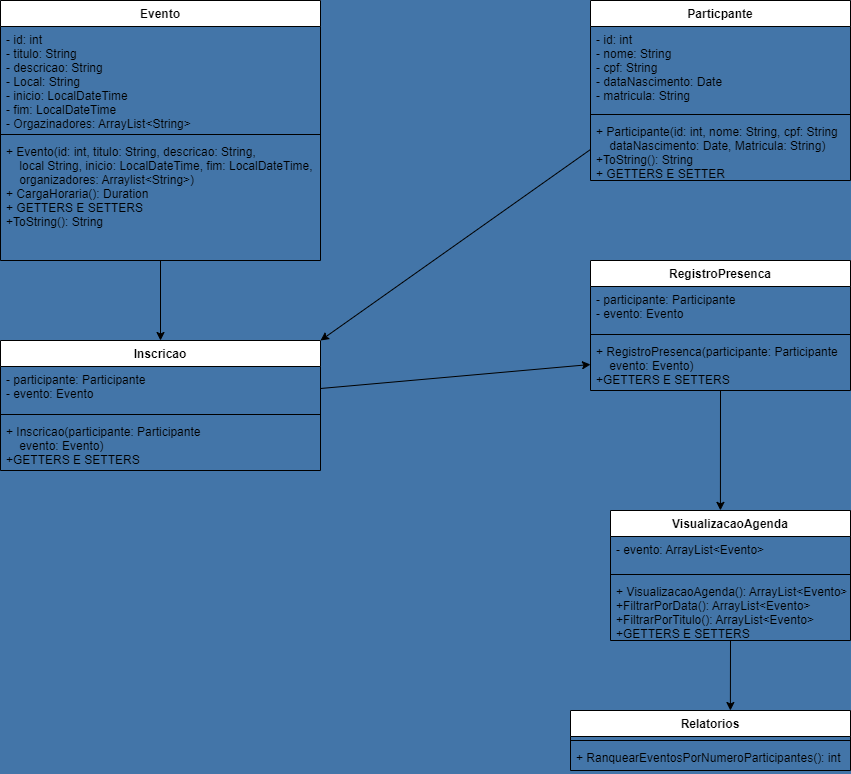
This is UML.drawio.png from Emanuel3k/POO-Sistema-de-Eventos, a draw.io export, as it was before one commit. Source tidied: cells renumbered, new cells last; positions are measured from the earlier drawing's top-left corner, leaving out a move shared by most shapes.
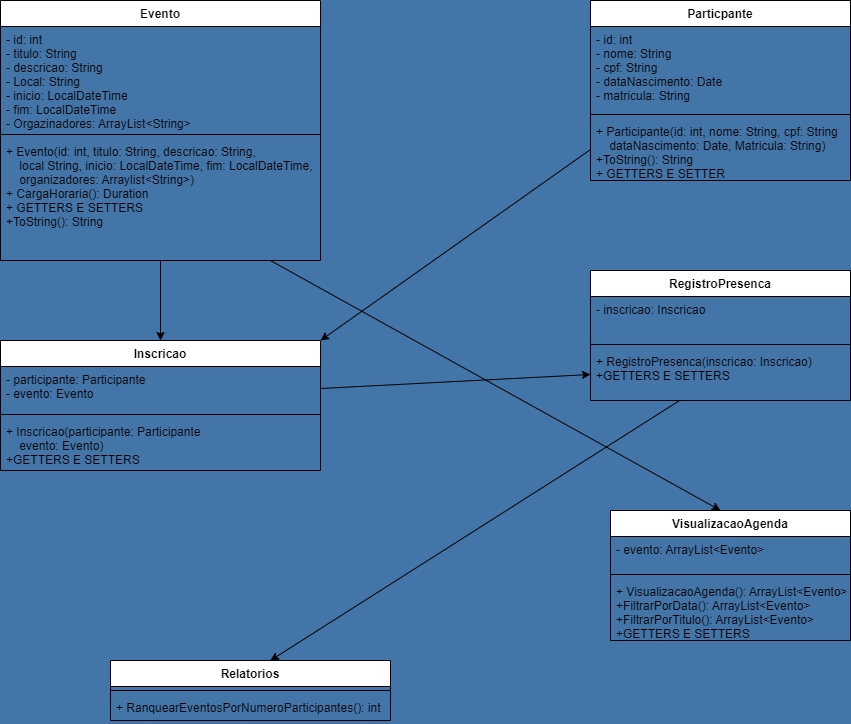
After the change.

Commit message:
Corrigi mais alguns erros na UML

Diff of the diagram source:
```diff
@@ -29,19 +29,19 @@
     <mxCell id="10" value="+ Participante(id: int, nome: String, cpf: String&#10;    dataNascimento: Date, Matricula: String)&#10;+ToString(): String&#10;+ GETTERS E SETTER" style="text;strokeColor=none;fillColor=none;align=left;verticalAlign=top;spacingLeft=4;spacingRight=4;overflow=hidden;points=[[0,0.5],[1,0.5]];portConstraint=eastwest;labelBackgroundColor=none;" parent="7" vertex="1">
       <mxGeometry y="118" width="260" height="62" as="geometry" />
     </mxCell>
-    <mxCell id="11" style="edgeStyle=none;html=1;exitX=0.5;exitY=1;exitDx=0;exitDy=0;entryX=0.458;entryY=-0.001;entryDx=0;entryDy=0;entryPerimeter=0;" parent="1" edge="1" source="12" target="21">
+    <mxCell id="11" style="edgeStyle=none;html=1;entryX=0.458;entryY=-0.001;entryDx=0;entryDy=0;entryPerimeter=0;" parent="1" edge="1" source="6" target="21">
       <mxGeometry relative="1" as="geometry" />
     </mxCell>
     <mxCell id="12" value="RegistroPresenca" style="swimlane;fontStyle=1;align=center;verticalAlign=top;horizontal=1;startSize=26;labelBackgroundColor=none;" parent="1" vertex="1">
-      <mxGeometry x="590" y="260" width="260" height="130" as="geometry" />
+      <mxGeometry x="590" y="270" width="260" height="130" as="geometry" />
     </mxCell>
-    <mxCell id="13" value="- participante: Participante&#10;- evento: Evento" style="text;strokeColor=none;fillColor=none;align=left;verticalAlign=top;spacingLeft=4;spacingRight=4;overflow=hidden;labelBackgroundColor=none;" parent="12" vertex="1">
+    <mxCell id="13" value="- inscricao: Inscricao" style="text;strokeColor=none;fillColor=none;align=left;verticalAlign=top;spacingLeft=4;spacingRight=4;overflow=hidden;labelBackgroundColor=none;" parent="12" vertex="1">
       <mxGeometry y="26" width="260" height="44" as="geometry" />
     </mxCell>
     <mxCell id="14" style="line;strokeWidth=1;fillColor=none;align=left;verticalAlign=middle;spacingTop=-1;spacingLeft=3;spacingRight=3;labelPosition=right;strokeColor=inherit;labelBackgroundColor=none;" parent="12" vertex="1">
       <mxGeometry y="70" width="260" height="8" as="geometry" />
     </mxCell>
-    <mxCell id="15" value="+ RegistroPresenca(participante: Participante&#10;    evento: Evento)&#10;+GETTERS E SETTERS&#10;&#10;&#10;&#10;" style="text;strokeColor=none;fillColor=none;align=left;verticalAlign=top;spacingLeft=4;spacingRight=4;overflow=hidden;points=[[0,0.5],[1,0.5]];portConstraint=eastwest;labelBackgroundColor=none;" parent="12" vertex="1">
+    <mxCell id="15" value="+ RegistroPresenca(inscricao: Inscricao)&#10;+GETTERS E SETTERS&#10;&#10;&#10;&#10;" style="text;strokeColor=none;fillColor=none;align=left;verticalAlign=top;spacingLeft=4;spacingRight=4;overflow=hidden;points=[[0,0.5],[1,0.5]];portConstraint=eastwest;labelBackgroundColor=none;" parent="12" vertex="1">
       <mxGeometry y="78" width="260" height="52" as="geometry" />
     </mxCell>
     <mxCell id="16" value="Inscricao" style="swimlane;fontStyle=1;align=center;verticalAlign=top;horizontal=1;startSize=26;labelBackgroundColor=none;" parent="1" vertex="1">
@@ -56,7 +56,7 @@
     <mxCell id="19" value="+ Inscricao(participante: Participante&#10;    evento: Evento)&#10;+GETTERS E SETTERS&#10;&#10;&#10;&#10;" style="text;strokeColor=none;fillColor=none;align=left;verticalAlign=top;spacingLeft=4;spacingRight=4;overflow=hidden;labelBackgroundColor=none;" parent="16" vertex="1">
       <mxGeometry y="78" width="320" height="52" as="geometry" />
     </mxCell>
-    <mxCell id="20" style="edgeStyle=none;html=1;exitX=0.5;exitY=1;exitDx=0;exitDy=0;entryX=0.571;entryY=0;entryDx=0;entryDy=0;entryPerimeter=0;" parent="1" edge="1" source="21" target="25">
+    <mxCell id="20" style="edgeStyle=none;html=1;entryX=0.571;entryY=0;entryDx=0;entryDy=0;entryPerimeter=0;" parent="1" edge="1" source="15" target="25">
       <mxGeometry relative="1" as="geometry" />
     </mxCell>
     <mxCell id="21" value="VisualizacaoAgenda" style="swimlane;fontStyle=1;align=center;verticalAlign=top;horizontal=1;startSize=26;labelBackgroundColor=none;" parent="1" vertex="1">
@@ -72,7 +72,7 @@
       <mxGeometry y="68" width="240" height="62" as="geometry" />
     </mxCell>
     <mxCell id="25" value="Relatorios" style="swimlane;fontStyle=1;align=center;verticalAlign=top;horizontal=1;startSize=26;labelBackgroundColor=none;" parent="1" vertex="1">
-      <mxGeometry x="570" y="710" width="280" height="60" as="geometry" />
+      <mxGeometry x="110" y="660" width="280" height="60" as="geometry" />
     </mxCell>
     <mxCell id="26" style="line;strokeWidth=1;fillColor=none;align=left;verticalAlign=middle;spacingTop=-1;spacingLeft=3;spacingRight=3;labelPosition=right;strokeColor=inherit;labelBackgroundColor=none;" parent="25" vertex="1">
       <mxGeometry y="26" width="280" height="8" as="geometry" />
```
